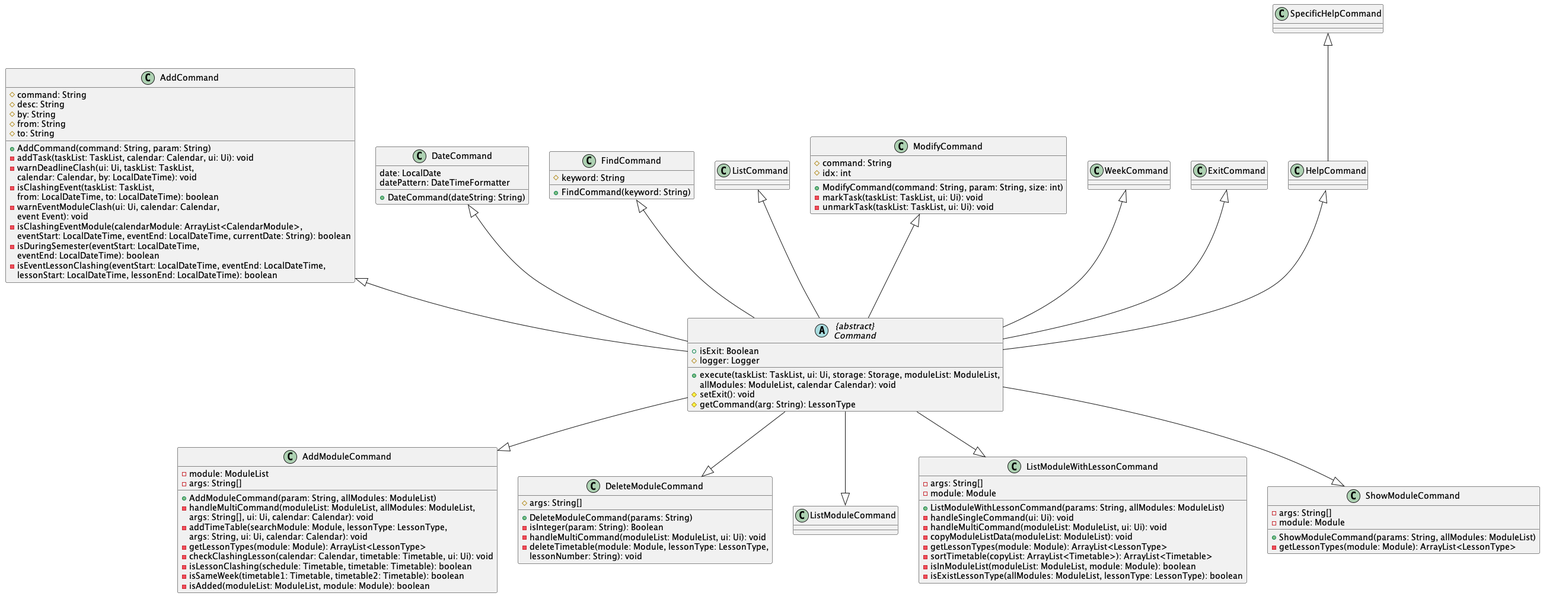
Earlier version of the PlantUML export docs/uml-diagrams/Command.png (nus-cs2113-AY2223S2/tp).
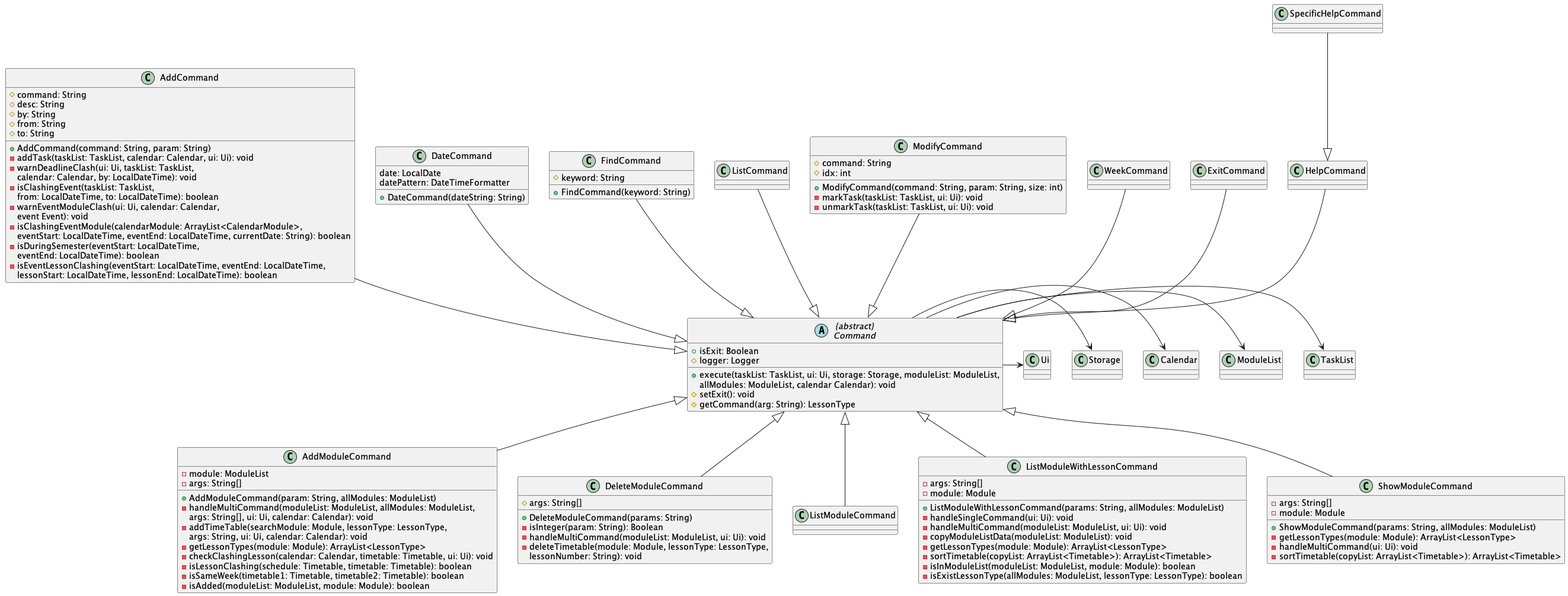
The same file after the commit.

Diff of the diagram source:
```diff
@@ -8,6 +8,11 @@
 # setExit(): void
 # getCommand(arg: String): LessonType
 }
+Command -> TaskList
+Command -> ModuleList
+Command -> Calendar
+Command -> Storage
+Command -> Ui
 
 class AddCommand {
 # command: String
@@ -31,23 +36,23 @@
 - isEventLessonClashing(eventStart: LocalDateTime, eventEnd: LocalDateTime,
 lessonStart: LocalDateTime, lessonEnd: LocalDateTime): boolean
 }
-AddCommand <|-- Command
+AddCommand --|> Command
 
 class DateCommand {
 date: LocalDate
 datePattern: DateTimeFormatter
 + DateCommand(dateString: String)
 }
-DateCommand <|-- Command
+DateCommand --|> Command
 
 class FindCommand{
 # keyword: String
 + FindCommand(keyword: String)
 }
-FindCommand <|-- Command
+FindCommand --|> Command
 
 class ListCommand
-ListCommand <|-- Command
+ListCommand --|> Command
 
 class ModifyCommand{
 # command: String
@@ -56,19 +61,19 @@
 -markTask(taskList: TaskList, ui: Ui): void
 -unmarkTask(taskList: TaskList, ui: Ui): void
 }
-ModifyCommand <|-- Command
+ModifyCommand --|> Command
 
 class WeekCommand
-WeekCommand <|-- Command
+WeekCommand --|> Command
 
 class ExitCommand
-ExitCommand <|-- Command
+ExitCommand --|> Command
 
 class HelpCommand
-HelpCommand <|-- Command
+HelpCommand --|> Command
 
 class SpecificHelpCommand
-SpecificHelpCommand <|-- HelpCommand
+SpecificHelpCommand --|> HelpCommand
 
 class AddModuleCommand {
 - module: ModuleList
@@ -84,7 +89,7 @@
 - isSameWeek(timetable1: Timetable, timetable2: Timetable): boolean
 - isAdded(moduleList: ModuleList, module: Module): boolean
 }
-Command --|> AddModuleCommand
+Command <|-- AddModuleCommand
 
 class DeleteModuleCommand{
 # args: String[]
@@ -94,10 +99,10 @@
 - deleteTimetable(module: Module, lessonType: LessonType,
 lessonNumber: String): void
 }
-Command --|> DeleteModuleCommand
+Command <|-- DeleteModuleCommand
 
 class ListModuleCommand
-Command --|> ListModuleCommand
+Command <|-- ListModuleCommand
 
 class ListModuleWithLessonCommand {
 - args: String[]
@@ -111,15 +116,16 @@
 - isInModuleList(moduleList: ModuleList, module: Module): boolean
 - isExistLessonType(allModules: ModuleList, lessonType: LessonType): boolean
 }
-Command --|> ListModuleWithLessonCommand
+Command <|-- ListModuleWithLessonCommand
 
 class ShowModuleCommand {
 - args: String[]
 - module: Module
 + ShowModuleCommand(params: String, allModules: ModuleList)
 - getLessonTypes(module: Module): ArrayList<LessonType>
-
+- handleMultiCommand(ui: Ui): void
+- sortTimetable(copyList: ArrayList<Timetable>): ArrayList<Timetable>
 }
-Command --|> ShowModuleCommand
+Command <|-- ShowModuleCommand
 
 @enduml
```
